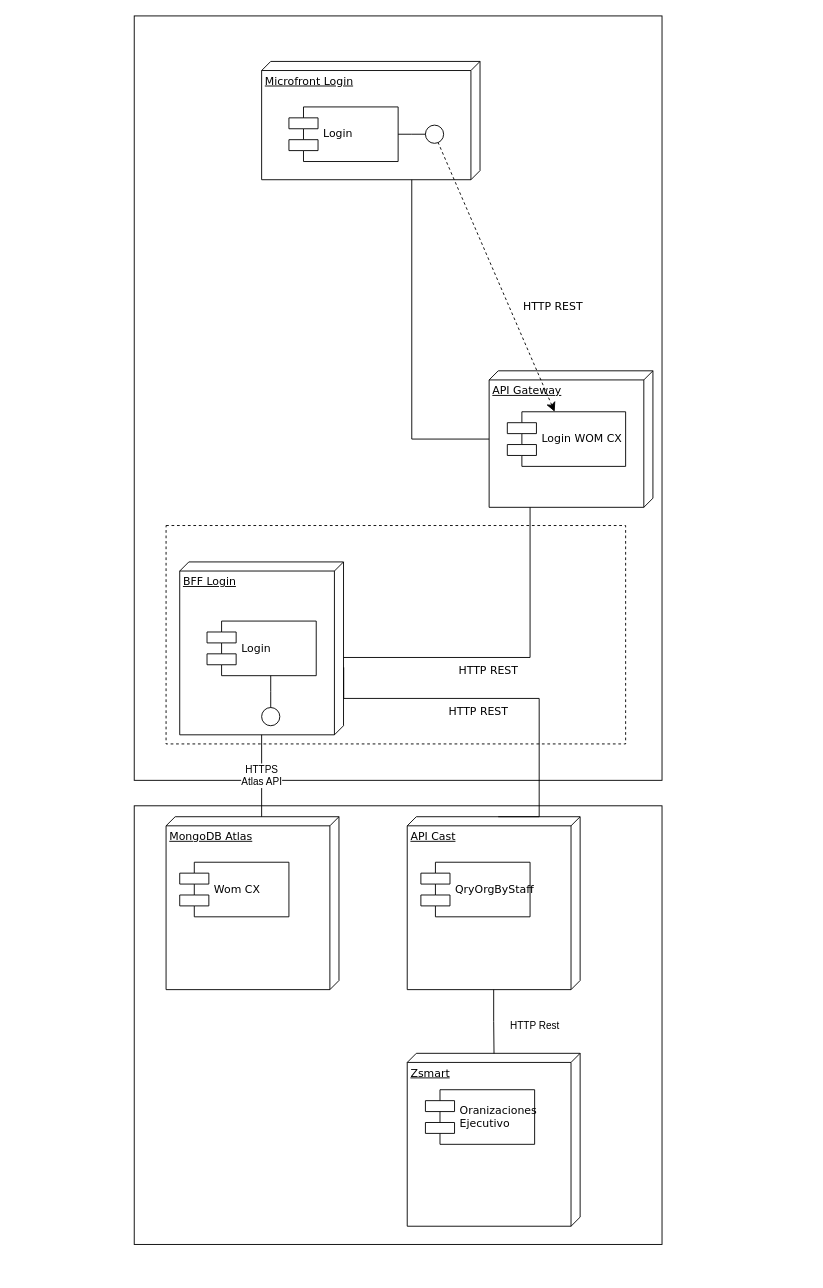
Above: despliegueComponentes.drawio in linosnt/womCX (draw.io), before the change. Source tidied: cells renumbered, new cells numbered last; positions are measured from the earlier drawing's top-left corner, leaving out a move shared by most shapes. Both pictures are drawn from the tidied source at 91%, with x=0, y=0 at pixel (134, 15).
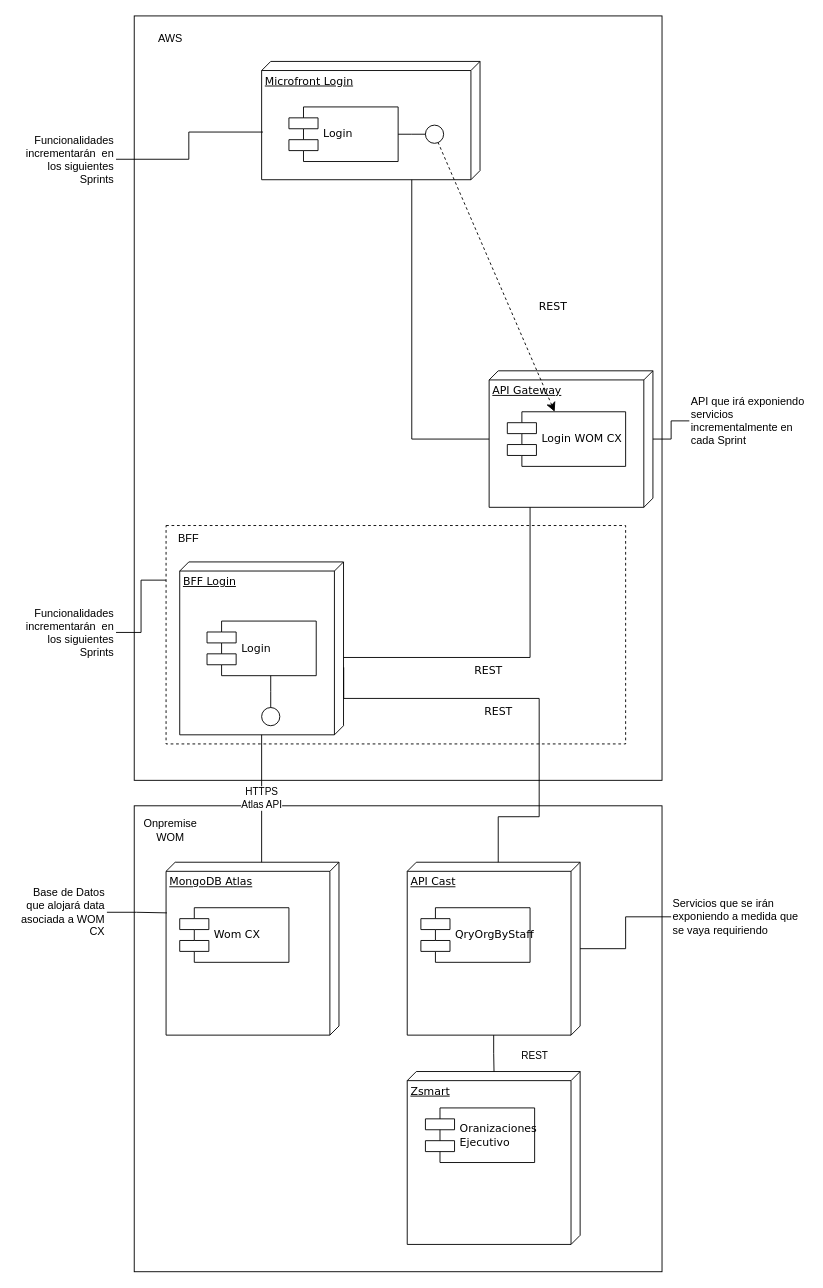
Above is the later version.

Unchanged cells that the change refers to:
```xml
<mxCell id="3" style="rounded=0;whiteSpace=wrap;html=1;dashed=1;fillColor=none;align=left;" parent="1" vertex="1">
  <mxGeometry x="35" y="560" width="505" height="240" as="geometry" />
</mxCell>
<mxCell id="4" value="Microfront Login" style="verticalAlign=top;align=left;spacingTop=8;spacingLeft=2;spacingRight=12;shape=cube;size=10;direction=south;fontStyle=4;html=1;rounded=0;shadow=0;comic=0;labelBackgroundColor=none;strokeWidth=1;fontFamily=Verdana;fontSize=12;" parent="1" vertex="1">
  <mxGeometry x="140" y="50" width="240" height="130" as="geometry" />
</mxCell>
<mxCell id="5" value="BFF Login" style="verticalAlign=top;align=left;spacingTop=8;spacingLeft=2;spacingRight=12;shape=cube;size=10;direction=south;fontStyle=4;html=1;rounded=0;shadow=0;comic=0;labelBackgroundColor=none;strokeWidth=1;fontFamily=Verdana;fontSize=12;" parent="1" vertex="1">
  <mxGeometry x="50" y="600" width="180" height="190" as="geometry" />
</mxCell>
<mxCell id="6" value="API Gateway" style="verticalAlign=top;align=left;spacingTop=8;spacingLeft=2;spacingRight=12;shape=cube;size=10;direction=south;fontStyle=4;html=1;rounded=0;shadow=0;comic=0;labelBackgroundColor=none;strokeWidth=1;fontFamily=Verdana;fontSize=12;" parent="1" vertex="1">
  <mxGeometry x="390" y="390" width="180" height="150" as="geometry" />
</mxCell>
<mxCell id="8" style="ellipse;whiteSpace=wrap;html=1;rounded=0;shadow=0;comic=0;labelBackgroundColor=none;strokeWidth=1;fontFamily=Verdana;fontSize=12;align=center;" parent="1" vertex="1">
  <mxGeometry x="320" y="120" width="20" height="20" as="geometry" />
</mxCell>
<mxCell id="11" value="Login WOM CX" style="shape=component;align=left;spacingLeft=36;rounded=0;shadow=0;comic=0;labelBackgroundColor=none;strokeWidth=1;fontFamily=Verdana;fontSize=12;html=1;" parent="1" vertex="1">
  <mxGeometry x="410" y="435" width="130" height="60" as="geometry" />
</mxCell>
```

Diff of the diagram source:
```diff
@@
+    <mxCell id="26" style="rounded=0;whiteSpace=wrap;html=1;fillColor=none;align=left;" parent="1" vertex="1">
+      <mxGeometry y="868" width="580" height="512" as="geometry" />
+    </mxCell>
@@
-    <mxCell id="12" value="HTTP REST" style="edgeStyle=none;rounded=0;html=1;dashed=1;labelBackgroundColor=none;startArrow=classic;startFill=1;startSize=8;endArrow=none;endFill=0;endSize=16;fontFamily=Verdana;fontSize=12;" parent="1" edge="1" source="11" target="8">
+    <mxCell id="12" value="REST" style="edgeStyle=none;rounded=0;html=1;dashed=1;labelBackgroundColor=none;startArrow=classic;startFill=1;startSize=8;endArrow=none;endFill=0;endSize=16;fontFamily=Verdana;fontSize=12;" parent="1" edge="1" source="11" target="8">
       <mxGeometry x="-0.34" y="-44" relative="1" as="geometry" />
     </mxCell>
@@
-    <mxCell id="16" value="HTTP REST" style="edgeStyle=orthogonalEdgeStyle;rounded=0;html=1;labelBackgroundColor=none;startArrow=none;startFill=0;startSize=8;endArrow=none;endFill=0;endSize=16;fontFamily=Verdana;fontSize=12;exitX=0;exitY=0;exitDx=150;exitDy=135;exitPerimeter=0;entryX=0;entryY=0;entryDx=105;entryDy=0;entryPerimeter=0;" parent="1" edge="1" source="6" target="5">
+    <mxCell id="16" value="REST" style="edgeStyle=orthogonalEdgeStyle;rounded=0;html=1;labelBackgroundColor=none;startArrow=none;startFill=0;startSize=8;endArrow=none;endFill=0;endSize=16;fontFamily=Verdana;fontSize=12;exitX=0;exitY=0;exitDx=150;exitDy=135;exitPerimeter=0;entryX=0;entryY=0;entryDx=105;entryDy=0;entryPerimeter=0;" parent="1" edge="1" source="6" target="5">
       <mxGeometry x="0.14" y="15" relative="1" as="geometry">
         <Array as="points">
           <mxPoint x="435" y="705" />
         </Array>
       </mxGeometry>
     </mxCell>
     <mxCell id="17" value="MongoDB Atlas" style="verticalAlign=top;align=left;spacingTop=8;spacingLeft=2;spacingRight=12;shape=cube;size=10;direction=south;fontStyle=4;html=1;rounded=0;shadow=0;comic=0;labelBackgroundColor=none;strokeWidth=1;fontFamily=Verdana;fontSize=12;" parent="1" vertex="1">
-      <mxGeometry x="35" y="880" width="190" height="190" as="geometry" />
+      <mxGeometry x="35" y="930" width="190" height="190" as="geometry" />
     </mxCell>
@@
     <mxCell id="19" value="Wom CX" style="shape=component;align=left;spacingLeft=36;rounded=0;shadow=0;comic=0;labelBackgroundColor=none;strokeWidth=1;fontFamily=Verdana;fontSize=12;html=1;" parent="1" vertex="1">
-      <mxGeometry x="50" y="930" width="120" height="60" as="geometry" />
+      <mxGeometry x="50" y="980" width="120" height="60" as="geometry" />
     </mxCell>
     <mxCell id="20" value="API Cast" style="verticalAlign=top;align=left;spacingTop=8;spacingLeft=2;spacingRight=12;shape=cube;size=10;direction=south;fontStyle=4;html=1;rounded=0;shadow=0;comic=0;labelBackgroundColor=none;strokeWidth=1;fontFamily=Verdana;fontSize=12;" parent="1" vertex="1">
-      <mxGeometry x="300" y="880" width="190" height="190" as="geometry" />
+      <mxGeometry x="300" y="930" width="190" height="190" as="geometry" />
     </mxCell>
     <mxCell id="21" value="QryOrgByStaff" style="shape=component;align=left;spacingLeft=36;rounded=0;shadow=0;comic=0;labelBackgroundColor=none;strokeWidth=1;fontFamily=Verdana;fontSize=12;html=1;" parent="1" vertex="1">
-      <mxGeometry x="315" y="930" width="120" height="60" as="geometry" />
+      <mxGeometry x="315" y="980" width="120" height="60" as="geometry" />
     </mxCell>
     <mxCell id="22" value="Zsmart" style="verticalAlign=top;align=left;spacingTop=8;spacingLeft=2;spacingRight=12;shape=cube;size=10;direction=south;fontStyle=4;html=1;rounded=0;shadow=0;comic=0;labelBackgroundColor=none;strokeWidth=1;fontFamily=Verdana;fontSize=12;" parent="1" vertex="1">
-      <mxGeometry x="300" y="1140" width="190" height="190" as="geometry" />
+      <mxGeometry x="300" y="1160" width="190" height="190" as="geometry" />
     </mxCell>
     <mxCell id="23" value="Oranizaciones&lt;br&gt;Ejecutivo" style="shape=component;align=left;spacingLeft=36;rounded=0;shadow=0;comic=0;labelBackgroundColor=none;strokeWidth=1;fontFamily=Verdana;fontSize=12;html=1;" parent="1" vertex="1">
-      <mxGeometry x="320" y="1180" width="120" height="60" as="geometry" />
+      <mxGeometry x="320" y="1200" width="120" height="60" as="geometry" />
     </mxCell>
-    <mxCell id="24" value="HTTP Rest" style="edgeStyle=orthogonalEdgeStyle;rounded=0;jettySize=auto;html=1;entryX=0.001;entryY=0.498;entryDx=0;entryDy=0;entryPerimeter=0;endArrow=none;endFill=0;" parent="1" edge="1" source="20" target="22">
+    <mxCell id="24" value="REST" style="edgeStyle=orthogonalEdgeStyle;rounded=0;jettySize=auto;html=1;entryX=0.001;entryY=0.498;entryDx=0;entryDy=0;entryPerimeter=0;endArrow=none;endFill=0;" parent="1" edge="1" source="20" target="22">
       <mxGeometry x="0.14" y="45" relative="1" as="geometry" />
     </mxCell>
-    <mxCell id="25" value="HTTP REST" style="edgeStyle=orthogonalEdgeStyle;rounded=0;html=1;labelBackgroundColor=none;startArrow=none;startFill=0;startSize=8;endArrow=none;endFill=0;endSize=16;fontFamily=Verdana;fontSize=12;exitX=0;exitY=0;exitDx=0;exitDy=90;exitPerimeter=0;entryX=0.61;entryY=-0.001;entryDx=0;entryDy=0;entryPerimeter=0;" parent="1" edge="1" source="20" target="5">
+    <mxCell id="25" value="REST" style="edgeStyle=orthogonalEdgeStyle;rounded=0;html=1;labelBackgroundColor=none;startArrow=none;startFill=0;startSize=8;endArrow=none;endFill=0;endSize=16;fontFamily=Verdana;fontSize=12;exitX=0;exitY=0;exitDx=0;exitDy=90;exitPerimeter=0;entryX=0.61;entryY=-0.001;entryDx=0;entryDy=0;entryPerimeter=0;" parent="1" edge="1" source="20" target="5">
       <mxGeometry x="0.14" y="15" relative="1" as="geometry">
         <Array as="points">
           <mxPoint x="445" y="880" />
           <mxPoint x="445" y="750" />
           <mxPoint x="230" y="750" />
         </Array>
       </mxGeometry>
     </mxCell>
-    <mxCell id="26" style="rounded=0;whiteSpace=wrap;html=1;fillColor=none;align=left;" parent="1" vertex="1">
-      <mxGeometry y="868" width="580" height="482" as="geometry" />
-    </mxCell>
+    <mxCell id="27" value="AWS" style="text;html=1;strokeColor=none;fillColor=none;align=center;verticalAlign=middle;whiteSpace=wrap;rounded=0;" parent="1" vertex="1">
+      <mxGeometry x="10" y="10" width="60" height="30" as="geometry" />
+    </mxCell>
+    <mxCell id="28" value="BFF" style="text;html=1;strokeColor=none;fillColor=none;align=center;verticalAlign=middle;whiteSpace=wrap;rounded=0;" parent="1" vertex="1">
+      <mxGeometry x="30" y="560" width="60" height="30" as="geometry" />
+    </mxCell>
+    <mxCell id="29" value="Onpremise WOM" style="text;html=1;strokeColor=none;fillColor=none;align=center;verticalAlign=middle;whiteSpace=wrap;rounded=0;" parent="1" vertex="1">
+      <mxGeometry x="10" y="880" width="60" height="30" as="geometry" />
+    </mxCell>
+    <mxCell id="30" style="edgeStyle=orthogonalEdgeStyle;rounded=0;jettySize=auto;html=1;endArrow=none;endFill=0;" parent="1" edge="1" source="31" target="20">
+      <mxGeometry relative="1" as="geometry" />
+    </mxCell>
+    <mxCell id="31" value="Servicios que se irán exponiendo a medida que se vaya requiriendo" style="text;html=1;strokeColor=none;fillColor=none;align=left;verticalAlign=middle;whiteSpace=wrap;rounded=0;" parent="1" vertex="1">
+      <mxGeometry x="590" y="950" width="150" height="80" as="geometry" />
+    </mxCell>
+    <mxCell id="32" value="Base de Datos que alojará data asociada a WOM CX" style="text;html=1;strokeColor=none;fillColor=none;align=right;verticalAlign=middle;whiteSpace=wrap;rounded=0;" parent="1" vertex="1">
+      <mxGeometry x="-130" y="950" width="100" height="70" as="geometry" />
+    </mxCell>
+    <mxCell id="33" style="edgeStyle=orthogonalEdgeStyle;rounded=0;jettySize=auto;html=1;entryX=0.293;entryY=0.995;entryDx=0;entryDy=0;entryPerimeter=0;endArrow=none;endFill=0;" parent="1" edge="1" source="32" target="17">
+      <mxGeometry relative="1" as="geometry" />
+    </mxCell>
+    <mxCell id="34" style="edgeStyle=orthogonalEdgeStyle;rounded=0;jettySize=auto;html=1;entryX=0;entryY=0.25;entryDx=0;entryDy=0;endArrow=none;endFill=0;" parent="1" edge="1" source="35" target="3">
+      <mxGeometry relative="1" as="geometry" />
+    </mxCell>
+    <mxCell id="35" value="Funcionalidades incrementarán&amp;nbsp; en los siguientes Sprints" style="text;html=1;strokeColor=none;fillColor=none;align=right;verticalAlign=middle;whiteSpace=wrap;rounded=0;" parent="1" vertex="1">
+      <mxGeometry x="-130" y="640" width="110" height="75" as="geometry" />
+    </mxCell>
+    <mxCell id="36" value="Funcionalidades incrementarán&amp;nbsp; en los siguientes Sprints" style="text;html=1;strokeColor=none;fillColor=none;align=right;verticalAlign=middle;whiteSpace=wrap;rounded=0;" parent="1" vertex="1">
+      <mxGeometry x="-130" y="120" width="110" height="75" as="geometry" />
+    </mxCell>
+    <mxCell id="37" style="edgeStyle=orthogonalEdgeStyle;rounded=0;jettySize=auto;html=1;entryX=0.597;entryY=0.994;entryDx=0;entryDy=0;entryPerimeter=0;endArrow=none;endFill=0;" parent="1" edge="1" source="36" target="4">
+      <mxGeometry relative="1" as="geometry" />
+    </mxCell>
+    <mxCell id="38" style="edgeStyle=orthogonalEdgeStyle;rounded=0;jettySize=auto;html=1;endArrow=none;endFill=0;" parent="1" edge="1" source="39" target="6">
+      <mxGeometry relative="1" as="geometry" />
+    </mxCell>
+    <mxCell id="39" value="API que irá exponiendo servicios incrementalmente en cada Sprint" style="text;html=1;strokeColor=none;fillColor=none;align=left;verticalAlign=middle;whiteSpace=wrap;rounded=0;" parent="1" vertex="1">
+      <mxGeometry x="610" y="400" width="130" height="90" as="geometry" />
+    </mxCell>
```
